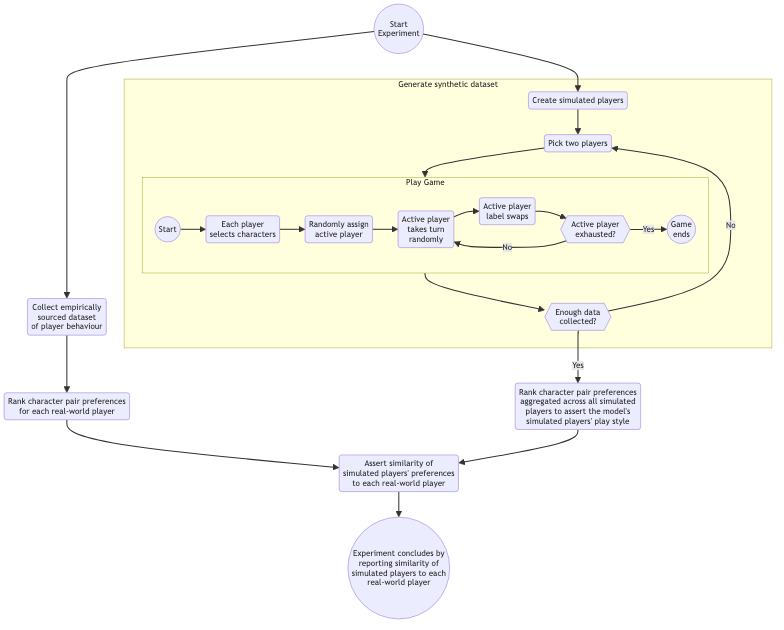
Before: 60_optimisation_with_aspects/diagrams/experiment_setup_for_datagen.png, a diagram exported from Mermaid (probablytom/Thesis). Its source is kept beside it as 60_optimisation_with_aspects/diagrams/experiment_setup_for_datagen.mmd. The source it was exported from:
```mermaid
flowchart TB
    startExperiment((Start\nExperiment))
    empiricalDataset(Collect empirically\nsourced dataset\nof player behaviour)
    createPlayers(Create simulated players)
    pickPlayers(Pick two players)
    selectCharacters(Each player\n selects characters)
    pickFirstPlayer(Randomly assign\nactive player)
    turnP1(Active player\ntakes turn\nrandomly)
    switchActive("Active" player\nlabel swaps)
    decideDone{{Active player\nexhausted?}}
    gameFinishes((Game\nends))
    enoughData{{Enough data\ncollected?}}
    rankSyntheticPreferences(Rank character pair preferences\naggregated across all simulated\nplayers to assert the model's\nsimulated players' play style)
    rankEmpiricalPreferences(Rank character pair preferences\nfor each real-world player)
    calculateSimilarity(Assert similarity of\nsimulated players' preferences\nto each real-world player)
    done((Experiment concludes by\nreporting similarity of\nsimulated players to each\nreal-world player))

    startExperiment --> createPlayers --> pickPlayers
    startExperiment --> empiricalDataset

    empiricalDataset --> rankEmpiricalPreferences
    rankEmpiricalPreferences --> calculateSimilarity

    subgraph generateSyntheticData [Generate synthetic dataset]
        direction TB
        createPlayers
        pickPlayers --> playGame
        subgraph playGame [Play Game]
            direction LR
            start((Start)) --> selectCharacters
            selectCharacters -->  pickFirstPlayer --> turnP1 --> switchActive --> decideDone
            decideDone -->|Yes| gameFinishes
            decideDone -->|No| turnP1
        end
            playGame -->enoughData
            enoughData -->|No|pickPlayers
    end
    enoughData -->|Yes| rankSyntheticPreferences

    rankSyntheticPreferences --> calculateSimilarity
    calculateSimilarity --> done
```
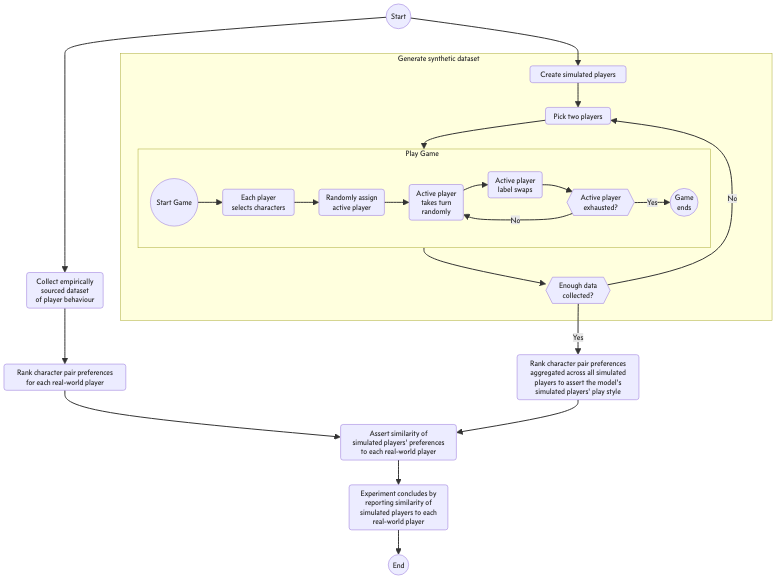
The same file after the commit.

What changed in the source:
```diff
@@ -1,5 +1,6 @@
 flowchart TB
-    startExperiment((Start\nExperiment))
+    startExperiment((Start))
+    endProc((End))
     empiricalDataset(Collect empirically\nsourced dataset\nof player behaviour)
     createPlayers(Create simulated players)
     pickPlayers(Pick two players)
@@ -13,7 +14,9 @@
     rankSyntheticPreferences(Rank character pair preferences\naggregated across all simulated\nplayers to assert the model's\nsimulated players' play style)
     rankEmpiricalPreferences(Rank character pair preferences\nfor each real-world player)
     calculateSimilarity(Assert similarity of\nsimulated players' preferences\nto each real-world player)
-    done((Experiment concludes by\nreporting similarity of\nsimulated players to each\nreal-world player))
+    done(Experiment concludes by\nreporting similarity of\nsimulated players to each\nreal-world player)
+
+    done-->endProc
 
     startExperiment --> createPlayers --> pickPlayers
     startExperiment --> empiricalDataset
@@ -27,7 +30,7 @@
         pickPlayers --> playGame
         subgraph playGame [Play Game]
             direction LR
-            start((Start)) --> selectCharacters
+            start((Start Game)) --> selectCharacters
             selectCharacters -->  pickFirstPlayer --> turnP1 --> switchActive --> decideDone
             decideDone -->|Yes| gameFinishes
             decideDone -->|No| turnP1
```
